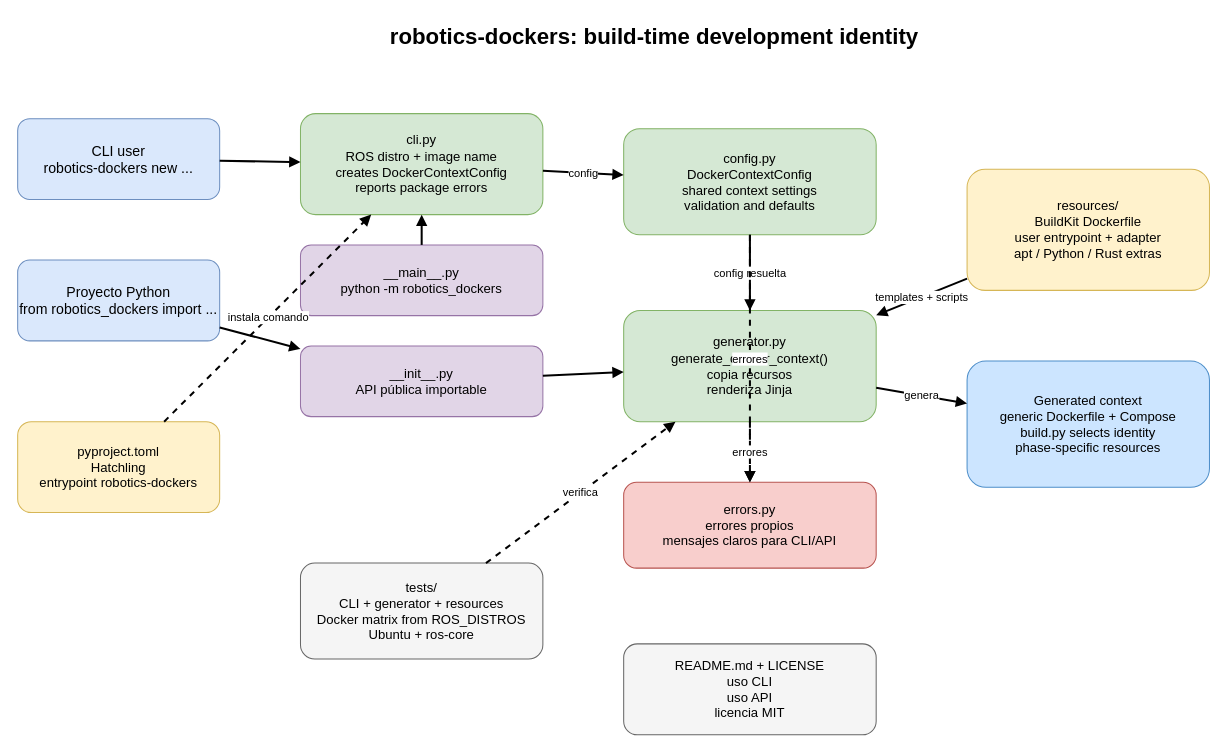
The draw.io diagram docs/refactor-architecture.drawio in jfrascon/robotics_dockers, before the edit. Source tidied: cells renumbered, new cells numbered last; positions are measured from the earlier drawing's top-left corner, leaving out a move shared by most shapes. Both pictures are drawn from the tidied source at 101%, with x=0, y=0 at pixel (17, 17).
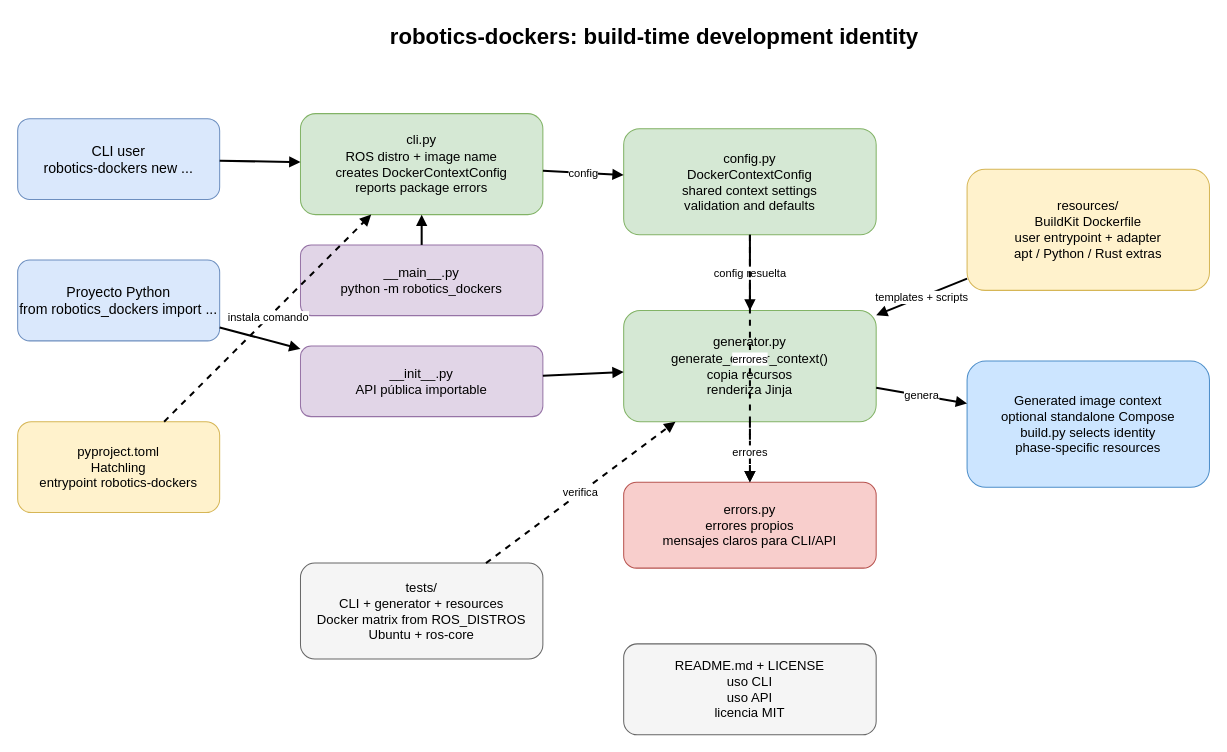
After the change.

Commit message (it also covers changes not shown here):
feat: separate image generation from compose ownership

Change to the diagram source:
```diff
@@
-    <mxCell id="13" value="Generated context&#10;generic Dockerfile + Compose&#10;build.py selects identity&#10;phase-specific resources" style="rounded=1;whiteSpace=wrap;html=1;fillColor=#cce5ff;strokeColor=#4d8ec9;fontSize=13;" parent="1" vertex="1">
+    <mxCell id="13" value="Generated image context&#10;optional standalone Compose&#10;build.py selects identity&#10;phase-specific resources" style="rounded=1;whiteSpace=wrap;html=1;fillColor=#cce5ff;strokeColor=#4d8ec9;fontSize=13;" parent="1" vertex="1">
       <mxGeometry x="940" y="340" width="240" height="125" as="geometry" />
     </mxCell>
```
